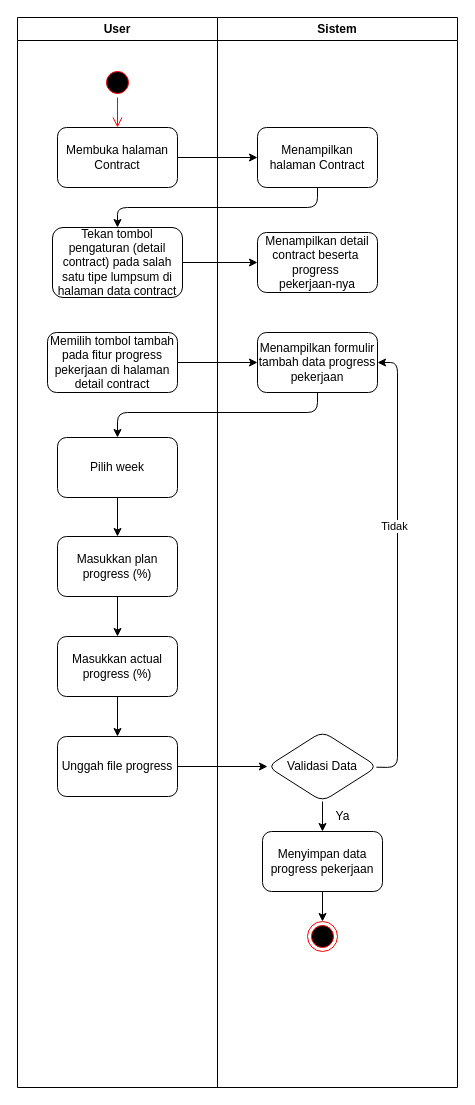
rismanrhz/idms keeps this draw.io diagram as contract/tambahprogresspekerjaan(lumpsum).drawio. Above is the earlier version. Source tidied: cells renumbered, new cells numbered last; positions are measured from the earlier drawing's top-left corner, leaving out a move shared by most shapes. Both pictures are drawn from the tidied source at 100%, with x=0, y=0 at pixel (17, 17).
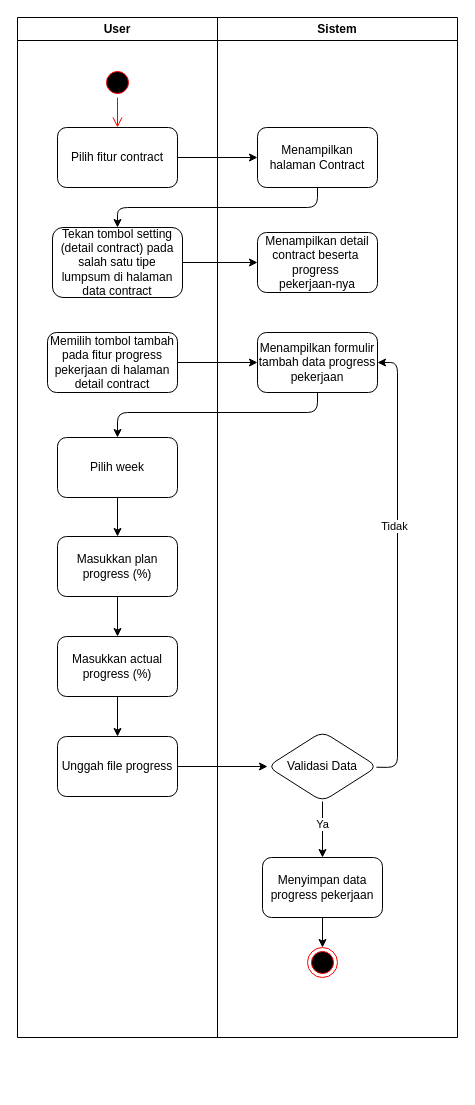
The same diagram, later.

The change refers to these unchanged cells:
```xml
<mxCell id="22" style="edgeStyle=none;html=1;" parent="14" edge="1" source="23" target="25">
  <mxGeometry relative="1" as="geometry" />
</mxCell>
```

The edit, as a diff of the source:
```diff
@@
     <mxCell id="2" value="User" style="swimlane;whiteSpace=wrap;html=1;" parent="1" vertex="1">
-      <mxGeometry width="200" height="1070" as="geometry" />
+      <mxGeometry width="200" height="1020" as="geometry" />
     </mxCell>
@@
-    <mxCell id="4" value="Membuka halaman Contract" style="rounded=1;whiteSpace=wrap;html=1;" parent="2" vertex="1">
+    <mxCell id="4" value="Pilih fitur contract" style="rounded=1;whiteSpace=wrap;html=1;" parent="2" vertex="1">
       <mxGeometry x="40" y="110" width="120" height="60" as="geometry" />
     </mxCell>
@@
-    <mxCell id="6" value="Tekan tombol pengaturan (detail contract) pada salah satu tipe lumpsum di halaman data contract" style="rounded=1;whiteSpace=wrap;html=1;" parent="2" vertex="1">
+    <mxCell id="6" value="Tekan tombol setting (detail contract) pada salah satu tipe lumpsum di halaman data contract" style="rounded=1;whiteSpace=wrap;html=1;" parent="2" vertex="1">
       <mxGeometry x="35" y="210" width="130" height="70" as="geometry" />
     </mxCell>
@@
     <mxCell id="14" value="Sistem" style="swimlane;whiteSpace=wrap;html=1;" parent="1" vertex="1">
-      <mxGeometry x="200" width="240" height="1070" as="geometry" />
+      <mxGeometry x="200" width="240" height="1020" as="geometry" />
     </mxCell>
@@
+    <mxCell id="26" value="Ya" style="edgeLabel;html=1;align=center;verticalAlign=middle;" parent="22" vertex="1">
+      <mxGeometry x="-0.23" y="-1" relative="1" as="geometry" />
+    </mxCell>
@@
     <mxCell id="25" value="Menyimpan data progress pekerjaan" style="rounded=1;whiteSpace=wrap;html=1;" parent="14" vertex="1">
-      <mxGeometry x="45" y="814" width="120" height="60" as="geometry" />
+      <mxGeometry x="45" y="840" width="120" height="60" as="geometry" />
     </mxCell>
-    <mxCell id="26" value="Ya" style="text;html=1;align=center;verticalAlign=middle;strokeColor=none;fillColor=none;" parent="14" vertex="1">
-      <mxGeometry x="105" y="784" width="40" height="30" as="geometry" />
-    </mxCell>
     <mxCell id="27" style="ellipse;html=1;shape=endState;fillColor=#000000;strokeColor=#ff0000;" parent="14" vertex="1">
-      <mxGeometry x="90" y="904" width="30" height="30" as="geometry" />
+      <mxGeometry x="90" y="930" width="30" height="30" as="geometry" />
     </mxCell>
```
